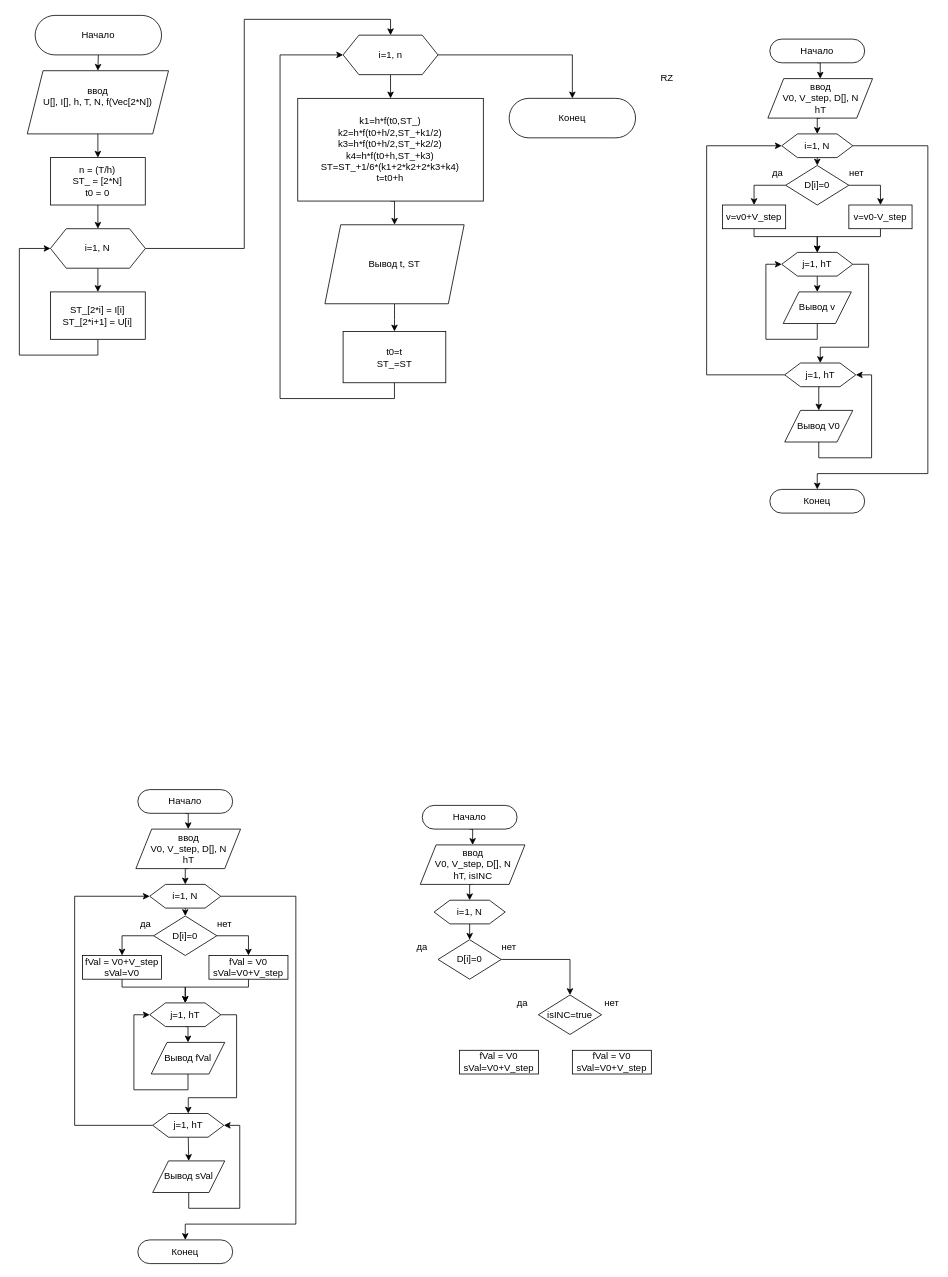
Earlier version of the draw.io diagram диплом_отчет/rk4+coders.drawio (bestialyokel/diplom). Source tidied: cells renumbered, new cells numbered last; positions are measured from the earlier drawing's top-left corner, leaving out a move shared by most shapes. Both pictures are drawn from the tidied source at 79%, with x=0, y=0 at pixel (19, 15).
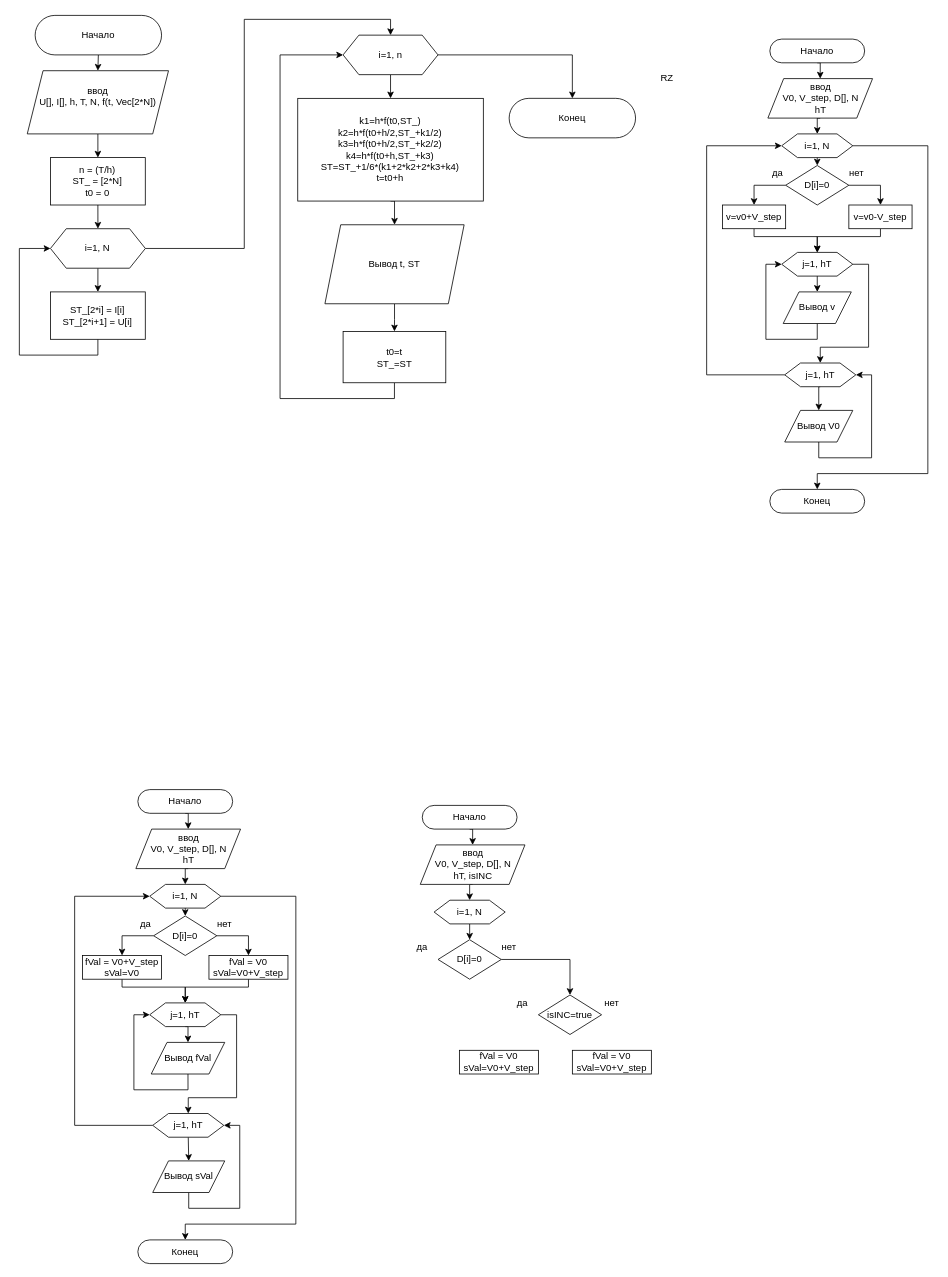
Above is the later version.

Change to the diagram source:
```diff
@@
-    <mxCell id="5" value="ввод&lt;br&gt;U[], I[], h, T, N, f(Vec[2*N])&lt;br&gt;&amp;nbsp;" style="shape=parallelogram;perimeter=parallelogramPerimeter;whiteSpace=wrap;html=1;fixedSize=1;" parent="1" vertex="1">
+    <mxCell id="5" value="ввод&lt;br&gt;U[], I[], h, T, N, f(t, Vec[2*N])&lt;br&gt;&amp;nbsp;" style="shape=parallelogram;perimeter=parallelogramPerimeter;whiteSpace=wrap;html=1;fixedSize=1;" parent="1" vertex="1">
       <mxGeometry x="10" y="70" width="178.8" height="80" as="geometry" />
     </mxCell>
```
